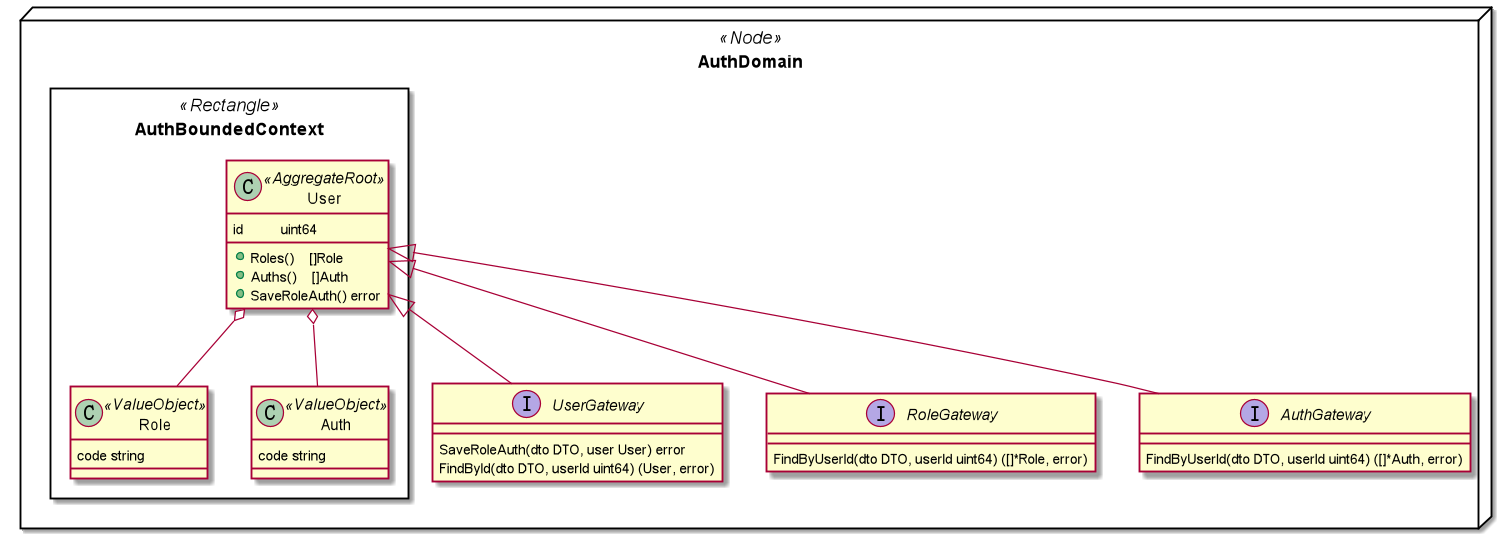
Earlier version of the PlantUML export doc/auth-domain.png (zhanjunjie2019/colago). The source it was exported from:
```plantuml
@startuml
namespace AuthDomain<<Node>>{
    namespace AuthBoundedContext<<Rectangle>>{
        class User<<AggregateRoot>>{
            id          uint64
            +Roles()    []Role
            +Auths()    []Auth
            +SaveRoleAuth() error
        }
        class Role<<ValueObject>>{
            code string
        }
        class Auth<<ValueObject>>{
            code string
        }
        User o-- Role
        User o-- Auth
        User <|-- AuthDomain.UserGateway
        User <|-- AuthDomain.RoleGateway
        User <|-- AuthDomain.AuthGateway
    }
    interface UserGateway{
    	SaveRoleAuth(dto DTO, user User) error
    	FindById(dto DTO, userId uint64) (User, error)
    }
    interface RoleGateway{
        FindByUserId(dto DTO, userId uint64) ([]*Role, error)
    }
    interface AuthGateway{
        FindByUserId(dto DTO, userId uint64) ([]*Auth, error)
    }
}
@enduml
```
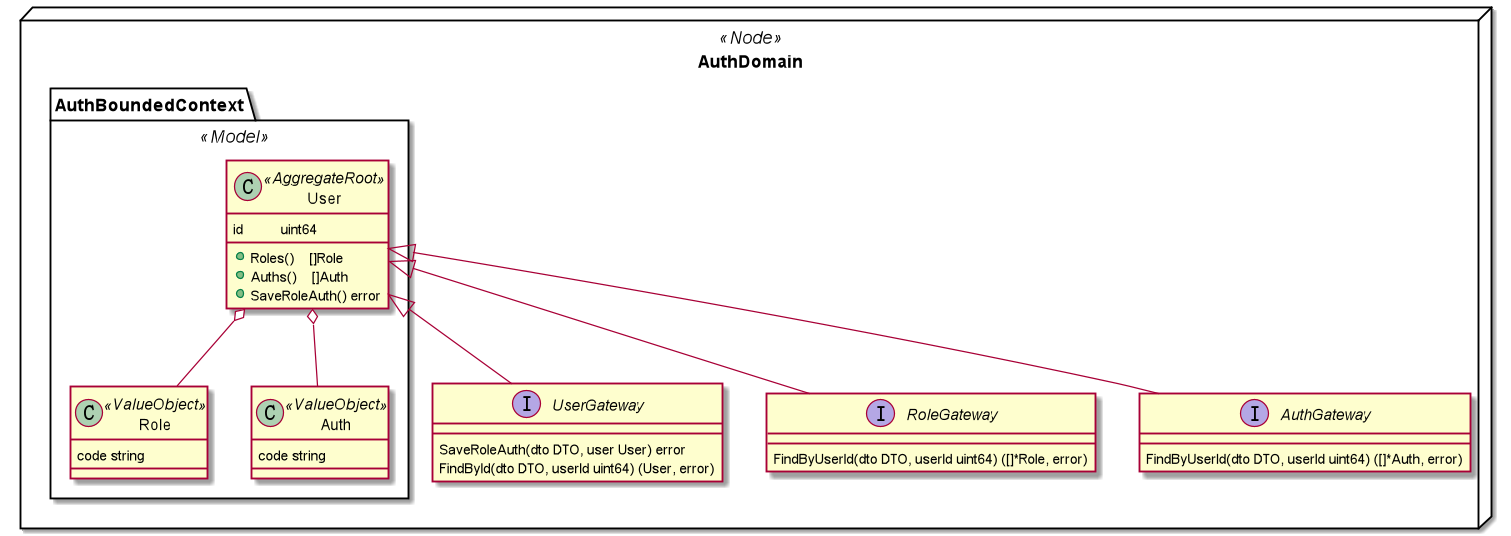
After the commit.

Change to the diagram source:
```diff
@@ -1,6 +1,6 @@
 @startuml
 namespace AuthDomain<<Node>>{
-    namespace AuthBoundedContext<<Rectangle>>{
+    namespace AuthBoundedContext<<Model>>{
         class User<<AggregateRoot>>{
             id          uint64
             +Roles()    []Role
```
